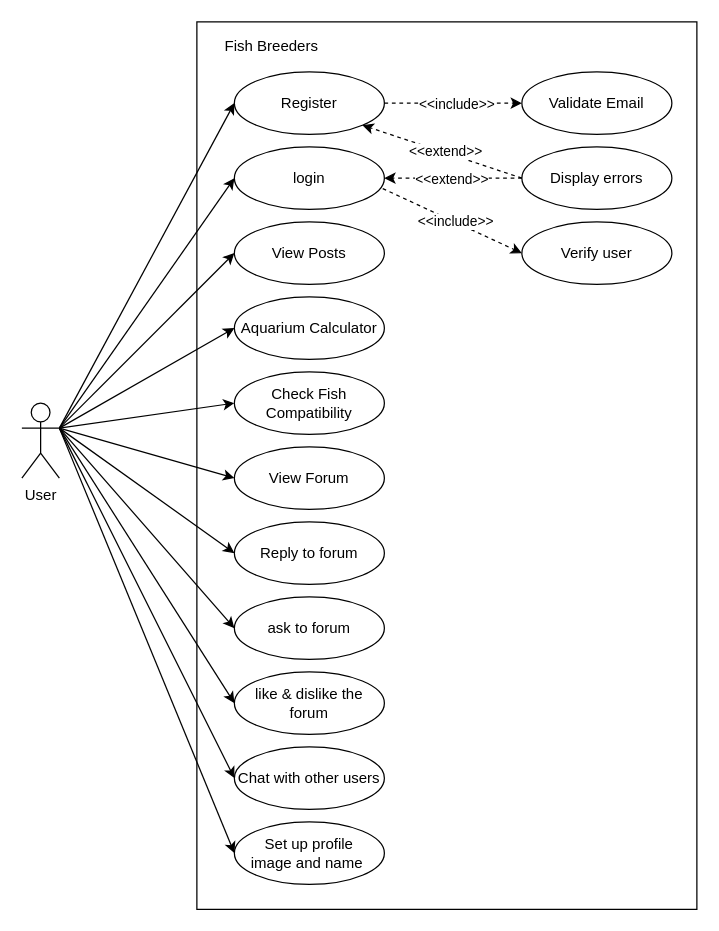
Earlier version of the draw.io diagram usecase.drawio (anupshrestha11/drawio). Source tidied: cells renumbered, new cells numbered last; positions are measured from the earlier drawing's top-left corner, leaving out a move shared by most shapes. Both pictures are drawn from the tidied source at 125%, with x=0, y=0 at pixel (21, 21).
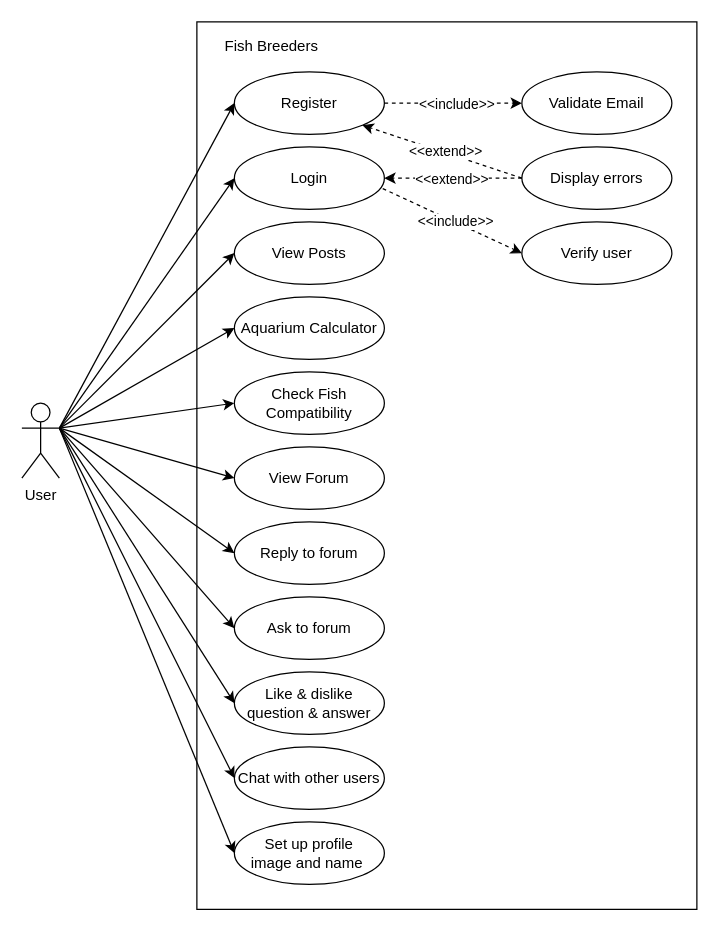
After the change.

Change to the diagram source:
```diff
@@
-    <mxCell id="15" value="login" style="ellipse;whiteSpace=wrap;html=1;fillColor=none;gradientColor=#ffffff;" parent="1" vertex="1">
+    <mxCell id="15" value="Login" style="ellipse;whiteSpace=wrap;html=1;fillColor=none;gradientColor=#ffffff;" parent="1" vertex="1">
       <mxGeometry x="170" y="100" width="120" height="50" as="geometry" />
     </mxCell>
@@
-    <mxCell id="21" value="ask to forum" style="ellipse;whiteSpace=wrap;html=1;fillColor=none;gradientColor=#ffffff;" parent="1" vertex="1">
+    <mxCell id="21" value="Ask to forum" style="ellipse;whiteSpace=wrap;html=1;fillColor=none;gradientColor=#ffffff;" parent="1" vertex="1">
       <mxGeometry x="170" y="460" width="120" height="50" as="geometry" />
     </mxCell>
-    <mxCell id="22" value="like &amp;amp; dislike the forum" style="ellipse;whiteSpace=wrap;html=1;fillColor=none;gradientColor=#ffffff;" parent="1" vertex="1">
+    <mxCell id="22" value="Like &amp;amp; dislike question &amp;amp; answer" style="ellipse;whiteSpace=wrap;html=1;fillColor=none;gradientColor=#ffffff;" parent="1" vertex="1">
       <mxGeometry x="170" y="520" width="120" height="50" as="geometry" />
     </mxCell>
```
